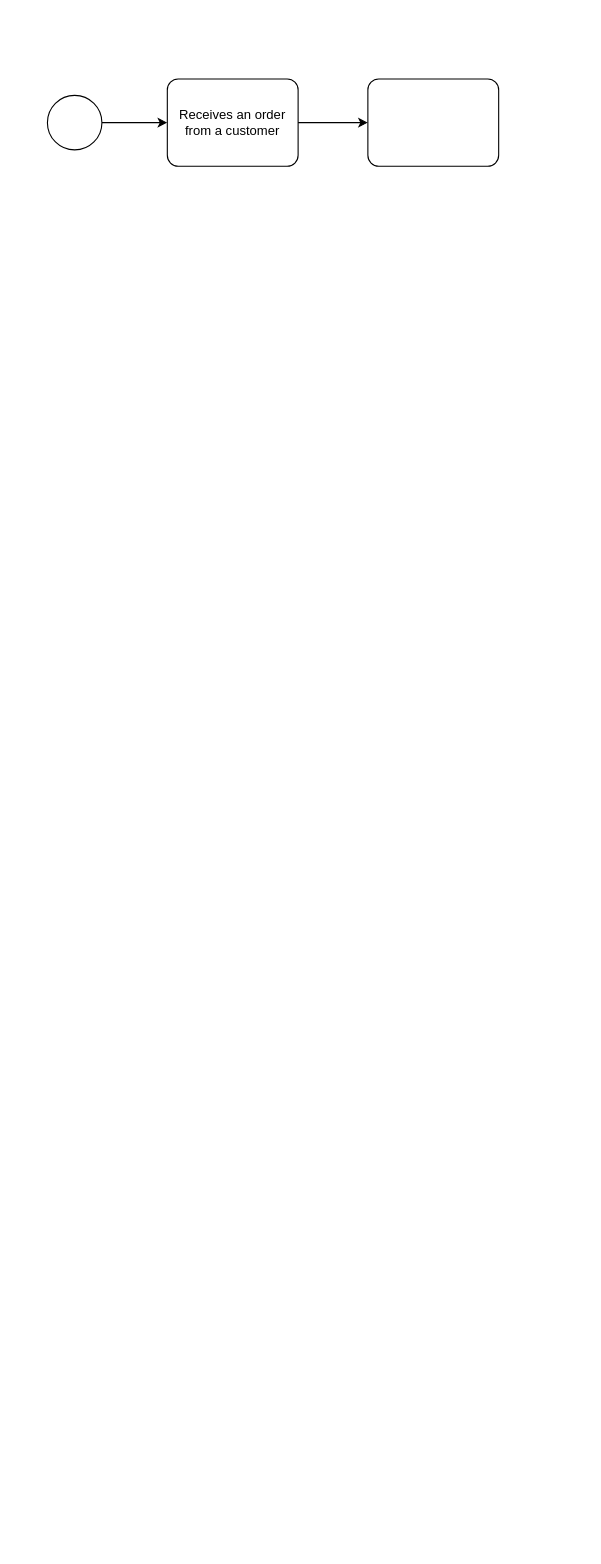
This is BPMNexe4.drawio from paasche0906/draw.io, a draw.io file, before an edit. Source tidied: cells renumbered, new cells numbered last; positions are measured from the earlier drawing's top-left corner, leaving out a move shared by most shapes. Both pictures are drawn from the tidied source at 109%, with x=0, y=0 at pixel (47, 78).
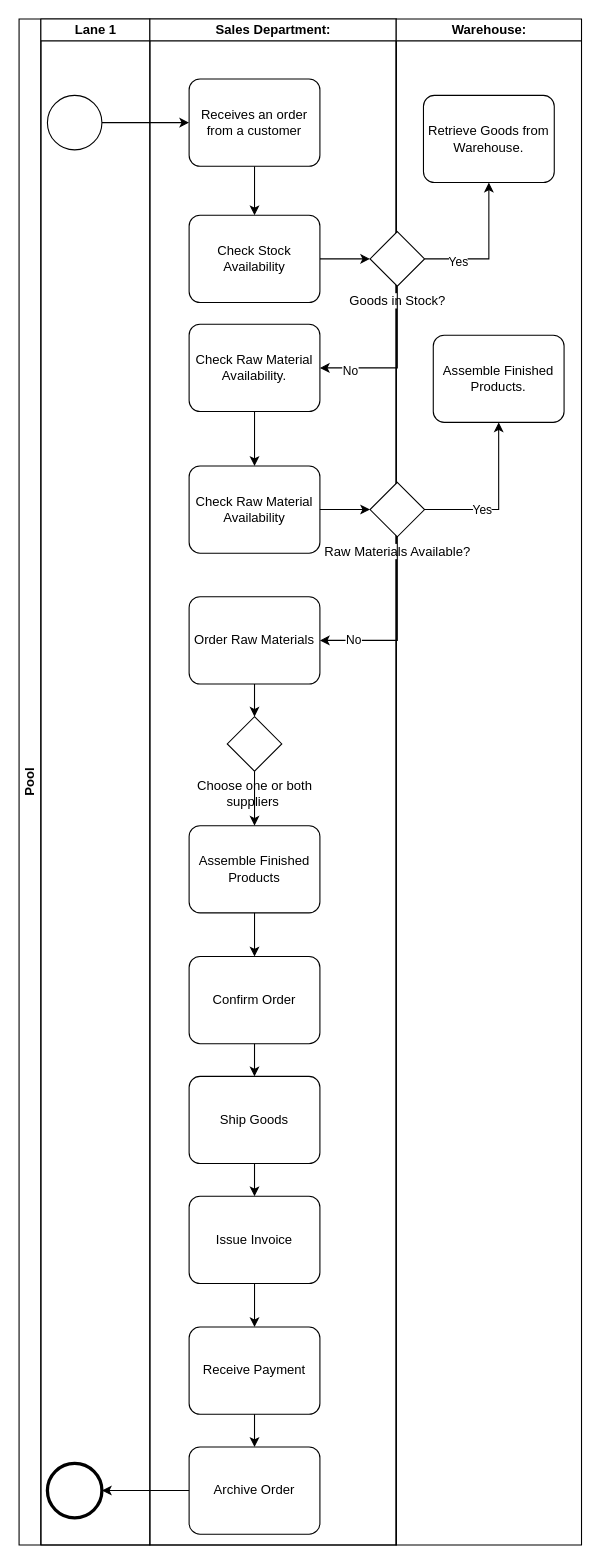
The same diagram, later.

The edit, as a diff of the source:
```diff
@@
+    <mxCell id="7" style="edgeStyle=orthogonalEdgeStyle;rounded=0;jettySize=auto;html=1;" parent="1" edge="1" source="5" target="32">
+      <mxGeometry relative="1" as="geometry" />
+    </mxCell>
+    <mxCell id="8" value="Pool" style="swimlane;html=1;startSize=20;horizontal=0;whiteSpace=wrap;" parent="1" vertex="1">
+      <mxGeometry x="-26" y="-55" width="346" height="1400" as="geometry" />
+    </mxCell>
+    <mxCell id="9" value="Lane 1" style="swimlane;html=1;startSize=20;" parent="8" vertex="1">
+      <mxGeometry x="20" width="100" height="1400" as="geometry" />
+    </mxCell>
+    <mxCell id="10" style="points=[[0.145,0.145,0],[0.5,0,0],[0.855,0.145,0],[1,0.5,0],[0.855,0.855,0],[0.5,1,0],[0.145,0.855,0],[0,0.5,0]];shape=mxgraph.bpmn.event;html=1;verticalLabelPosition=bottom;labelBackgroundColor=#ffffff;verticalAlign=top;align=center;perimeter=ellipsePerimeter;outlineConnect=0;outline=end;symbol=terminate2;" parent="9" vertex="1">
+      <mxGeometry x="6" y="1325" width="50" height="50" as="geometry" />
+    </mxCell>
+    <mxCell id="11" value="&lt;strong&gt;Sales Department&lt;/strong&gt;:" style="swimlane;html=1;startSize=20;" parent="8" vertex="1">
+      <mxGeometry x="120" width="226" height="1400" as="geometry" />
+    </mxCell>
+    <mxCell id="6" style="edgeStyle=orthogonalEdgeStyle;rounded=0;jettySize=auto;html=1;" parent="11" edge="1" source="4" target="5">
+      <mxGeometry relative="1" as="geometry" />
+    </mxCell>
-    <mxCell id="4" value="Receives an order from a customer" style="points=[[0.25,0,0],[0.5,0,0],[0.75,0,0],[1,0.25,0],[1,0.5,0],[1,0.75,0],[0.75,1,0],[0.5,1,0],[0.25,1,0],[0,0.75,0],[0,0.5,0],[0,0.25,0]];shape=mxgraph.bpmn.task;whiteSpace=wrap;rectStyle=rounded;size=10;html=1;taskMarker=abstract;" parent="1" vertex="1">
-      <mxGeometry x="110" width="120" height="80" as="geometry" />
+    <mxCell id="4" value="Receives an order from a customer" style="points=[[0.25,0,0],[0.5,0,0],[0.75,0,0],[1,0.25,0],[1,0.5,0],[1,0.75,0],[0.75,1,0],[0.5,1,0],[0.25,1,0],[0,0.75,0],[0,0.5,0],[0,0.25,0]];shape=mxgraph.bpmn.task;whiteSpace=wrap;rectStyle=rounded;size=10;html=1;taskMarker=abstract;" parent="11" vertex="1">
+      <mxGeometry x="36" y="55" width="120" height="80" as="geometry" />
     </mxCell>
-    <mxCell id="5" style="points=[[0.25,0,0],[0.5,0,0],[0.75,0,0],[1,0.25,0],[1,0.5,0],[1,0.75,0],[0.75,1,0],[0.5,1,0],[0.25,1,0],[0,0.75,0],[0,0.5,0],[0,0.25,0]];shape=mxgraph.bpmn.task;whiteSpace=wrap;rectStyle=rounded;size=10;html=1;taskMarker=abstract;" parent="1" vertex="1">
-      <mxGeometry x="294" width="120" height="80" as="geometry" />
+    <mxCell id="5" value="Check Stock Availability" style="points=[[0.25,0,0],[0.5,0,0],[0.75,0,0],[1,0.25,0],[1,0.5,0],[1,0.75,0],[0.75,1,0],[0.5,1,0],[0.25,1,0],[0,0.75,0],[0,0.5,0],[0,0.25,0]];shape=mxgraph.bpmn.task;whiteSpace=wrap;rectStyle=rounded;size=10;html=1;taskMarker=abstract;" parent="11" vertex="1">
+      <mxGeometry x="36" y="180" width="120" height="80" as="geometry" />
     </mxCell>
-    <mxCell id="6" style="edgeStyle=orthogonalEdgeStyle;rounded=0;jettySize=auto;html=1;entryX=0;entryY=0.5;entryDx=0;entryDy=0;entryPerimeter=0;" parent="1" edge="1" source="4" target="5">
-      <mxGeometry relative="1" as="geometry" />
-    </mxCell>
+    <mxCell id="12" value="Order Raw Materials" style="points=[[0.25,0,0],[0.5,0,0],[0.75,0,0],[1,0.25,0],[1,0.5,0],[1,0.75,0],[0.75,1,0],[0.5,1,0],[0.25,1,0],[0,0.75,0],[0,0.5,0],[0,0.25,0]];shape=mxgraph.bpmn.task;whiteSpace=wrap;rectStyle=rounded;size=10;html=1;taskMarker=abstract;" parent="11" vertex="1">
+      <mxGeometry x="36" y="530" width="120" height="80" as="geometry" />
+    </mxCell>
+    <mxCell id="13" style="edgeStyle=orthogonalEdgeStyle;rounded=0;jettySize=auto;html=1;" parent="11" edge="1" source="14" target="15">
+      <mxGeometry relative="1" as="geometry" />
+    </mxCell>
+    <mxCell id="14" value="Check Raw Material Availability." style="points=[[0.25,0,0],[0.5,0,0],[0.75,0,0],[1,0.25,0],[1,0.5,0],[1,0.75,0],[0.75,1,0],[0.5,1,0],[0.25,1,0],[0,0.75,0],[0,0.5,0],[0,0.25,0]];shape=mxgraph.bpmn.task;whiteSpace=wrap;rectStyle=rounded;size=10;html=1;taskMarker=abstract;" parent="11" vertex="1">
+      <mxGeometry x="36" y="280" width="120" height="80" as="geometry" />
+    </mxCell>
+    <mxCell id="15" value="Check Raw Material Availability" style="points=[[0.25,0,0],[0.5,0,0],[0.75,0,0],[1,0.25,0],[1,0.5,0],[1,0.75,0],[0.75,1,0],[0.5,1,0],[0.25,1,0],[0,0.75,0],[0,0.5,0],[0,0.25,0]];shape=mxgraph.bpmn.task;whiteSpace=wrap;rectStyle=rounded;size=10;html=1;taskMarker=abstract;" parent="11" vertex="1">
+      <mxGeometry x="36" y="410" width="120" height="80" as="geometry" />
+    </mxCell>
+    <mxCell id="16" value="Choose&amp;nbsp;one or both &lt;br/&gt;suppliers&amp;nbsp;" style="points=[[0.25,0.25,0],[0.5,0,0],[0.75,0.25,0],[1,0.5,0],[0.75,0.75,0],[0.5,1,0],[0.25,0.75,0],[0,0.5,0]];shape=mxgraph.bpmn.gateway2;html=1;verticalLabelPosition=bottom;labelBackgroundColor=#ffffff;verticalAlign=top;align=center;perimeter=rhombusPerimeter;outlineConnect=0;outline=none;symbol=none;" parent="11" vertex="1">
+      <mxGeometry x="71" y="640" width="50" height="50" as="geometry" />
+    </mxCell>
+    <mxCell id="17" style="edgeStyle=orthogonalEdgeStyle;rounded=0;jettySize=auto;html=1;" parent="11" edge="1" source="12" target="16">
+      <mxGeometry relative="1" as="geometry" />
+    </mxCell>
+    <mxCell id="18" value="Assemble Finished Products" style="points=[[0.25,0,0],[0.5,0,0],[0.75,0,0],[1,0.25,0],[1,0.5,0],[1,0.75,0],[0.75,1,0],[0.5,1,0],[0.25,1,0],[0,0.75,0],[0,0.5,0],[0,0.25,0]];shape=mxgraph.bpmn.task;whiteSpace=wrap;rectStyle=rounded;size=10;html=1;taskMarker=abstract;" parent="11" vertex="1">
+      <mxGeometry x="36" y="740" width="120" height="80" as="geometry" />
+    </mxCell>
+    <mxCell id="19" style="edgeStyle=orthogonalEdgeStyle;rounded=0;jettySize=auto;html=1;" parent="11" edge="1" source="16" target="18">
+      <mxGeometry relative="1" as="geometry" />
+    </mxCell>
+    <mxCell id="20" value="Confirm Order" style="points=[[0.25,0,0],[0.5,0,0],[0.75,0,0],[1,0.25,0],[1,0.5,0],[1,0.75,0],[0.75,1,0],[0.5,1,0],[0.25,1,0],[0,0.75,0],[0,0.5,0],[0,0.25,0]];shape=mxgraph.bpmn.task;whiteSpace=wrap;rectStyle=rounded;size=10;html=1;taskMarker=abstract;" parent="11" vertex="1">
+      <mxGeometry x="36" y="860" width="120" height="80" as="geometry" />
+    </mxCell>
+    <mxCell id="21" style="edgeStyle=orthogonalEdgeStyle;rounded=0;jettySize=auto;html=1;" parent="11" edge="1" source="18" target="20">
+      <mxGeometry relative="1" as="geometry" />
+    </mxCell>
+    <mxCell id="22" value="Ship Goods" style="points=[[0.25,0,0],[0.5,0,0],[0.75,0,0],[1,0.25,0],[1,0.5,0],[1,0.75,0],[0.75,1,0],[0.5,1,0],[0.25,1,0],[0,0.75,0],[0,0.5,0],[0,0.25,0]];shape=mxgraph.bpmn.task;whiteSpace=wrap;rectStyle=rounded;size=10;html=1;taskMarker=abstract;" parent="11" vertex="1">
+      <mxGeometry x="36" y="970" width="120" height="80" as="geometry" />
+    </mxCell>
+    <mxCell id="23" style="edgeStyle=orthogonalEdgeStyle;rounded=0;jettySize=auto;html=1;" parent="11" edge="1" source="20" target="22">
+      <mxGeometry relative="1" as="geometry" />
+    </mxCell>
+    <mxCell id="24" value="Issue Invoice" style="points=[[0.25,0,0],[0.5,0,0],[0.75,0,0],[1,0.25,0],[1,0.5,0],[1,0.75,0],[0.75,1,0],[0.5,1,0],[0.25,1,0],[0,0.75,0],[0,0.5,0],[0,0.25,0]];shape=mxgraph.bpmn.task;whiteSpace=wrap;rectStyle=rounded;size=10;html=1;taskMarker=abstract;" parent="11" vertex="1">
+      <mxGeometry x="36" y="1080" width="120" height="80" as="geometry" />
+    </mxCell>
+    <mxCell id="25" style="edgeStyle=orthogonalEdgeStyle;rounded=0;jettySize=auto;html=1;" parent="11" edge="1" source="22" target="24">
+      <mxGeometry relative="1" as="geometry" />
+    </mxCell>
+    <mxCell id="26" value="Receive Payment" style="points=[[0.25,0,0],[0.5,0,0],[0.75,0,0],[1,0.25,0],[1,0.5,0],[1,0.75,0],[0.75,1,0],[0.5,1,0],[0.25,1,0],[0,0.75,0],[0,0.5,0],[0,0.25,0]];shape=mxgraph.bpmn.task;whiteSpace=wrap;rectStyle=rounded;size=10;html=1;taskMarker=abstract;" parent="11" vertex="1">
+      <mxGeometry x="36" y="1200" width="120" height="80" as="geometry" />
+    </mxCell>
+    <mxCell id="27" style="edgeStyle=orthogonalEdgeStyle;rounded=0;jettySize=auto;html=1;" parent="11" edge="1" source="24" target="26">
+      <mxGeometry relative="1" as="geometry" />
+    </mxCell>
+    <mxCell id="28" value="Archive Order" style="points=[[0.25,0,0],[0.5,0,0],[0.75,0,0],[1,0.25,0],[1,0.5,0],[1,0.75,0],[0.75,1,0],[0.5,1,0],[0.25,1,0],[0,0.75,0],[0,0.5,0],[0,0.25,0]];shape=mxgraph.bpmn.task;whiteSpace=wrap;rectStyle=rounded;size=10;html=1;taskMarker=abstract;" parent="11" vertex="1">
+      <mxGeometry x="36" y="1310" width="120" height="80" as="geometry" />
+    </mxCell>
+    <mxCell id="29" style="edgeStyle=orthogonalEdgeStyle;rounded=0;jettySize=auto;html=1;" parent="11" edge="1" source="26" target="28">
+      <mxGeometry relative="1" as="geometry" />
+    </mxCell>
+    <mxCell id="30" style="edgeStyle=orthogonalEdgeStyle;rounded=0;jettySize=auto;html=1;" parent="8" edge="1" source="28" target="10">
+      <mxGeometry relative="1" as="geometry" />
+    </mxCell>
+    <mxCell id="31" value="&lt;strong&gt;Warehouse&lt;/strong&gt;:" style="swimlane;html=1;startSize=20;" parent="1" vertex="1">
+      <mxGeometry x="320" y="-55" width="170" height="1400" as="geometry" />
+    </mxCell>
+    <mxCell id="32" value="Goods in Stock?" style="points=[[0.25,0.25,0],[0.5,0,0],[0.75,0.25,0],[1,0.5,0],[0.75,0.75,0],[0.5,1,0],[0.25,0.75,0],[0,0.5,0]];shape=mxgraph.bpmn.gateway2;html=1;verticalLabelPosition=bottom;labelBackgroundColor=#ffffff;verticalAlign=top;align=center;perimeter=rhombusPerimeter;outlineConnect=0;outline=none;symbol=none;" parent="31" vertex="1">
+      <mxGeometry x="-24" y="195" width="50" height="50" as="geometry" />
+    </mxCell>
+    <mxCell id="33" value="Assemble Finished Products." style="points=[[0.25,0,0],[0.5,0,0],[0.75,0,0],[1,0.25,0],[1,0.5,0],[1,0.75,0],[0.75,1,0],[0.5,1,0],[0.25,1,0],[0,0.75,0],[0,0.5,0],[0,0.25,0]];shape=mxgraph.bpmn.task;whiteSpace=wrap;rectStyle=rounded;size=10;html=1;taskMarker=abstract;" parent="31" vertex="1">
+      <mxGeometry x="34" y="290" width="120" height="80" as="geometry" />
+    </mxCell>
+    <mxCell id="34" value="Retrieve Goods from Warehouse." style="points=[[0.25,0,0],[0.5,0,0],[0.75,0,0],[1,0.25,0],[1,0.5,0],[1,0.75,0],[0.75,1,0],[0.5,1,0],[0.25,1,0],[0,0.75,0],[0,0.5,0],[0,0.25,0]];shape=mxgraph.bpmn.task;whiteSpace=wrap;rectStyle=rounded;size=10;html=1;taskMarker=abstract;" parent="31" vertex="1">
+      <mxGeometry x="25" y="70" width="120" height="80" as="geometry" />
+    </mxCell>
+    <mxCell id="35" style="edgeStyle=orthogonalEdgeStyle;rounded=0;jettySize=auto;html=1;entryX=0.5;entryY=1;entryDx=0;entryDy=0;entryPerimeter=0;" parent="31" edge="1" source="32" target="34">
+      <mxGeometry relative="1" as="geometry">
+        <Array as="points">
+          <mxPoint x="85" y="220" />
+        </Array>
+      </mxGeometry>
+    </mxCell>
+    <mxCell id="36" value="Yes" style="edgeLabel;html=1;align=center;verticalAlign=middle;" parent="35" vertex="1">
+      <mxGeometry x="-0.54" y="-2" relative="1" as="geometry" />
+    </mxCell>
+    <mxCell id="37" value="Raw Materials Available?" style="points=[[0.25,0.25,0],[0.5,0,0],[0.75,0.25,0],[1,0.5,0],[0.75,0.75,0],[0.5,1,0],[0.25,0.75,0],[0,0.5,0]];shape=mxgraph.bpmn.gateway2;html=1;verticalLabelPosition=bottom;labelBackgroundColor=#ffffff;verticalAlign=top;align=center;perimeter=rhombusPerimeter;outlineConnect=0;outline=none;symbol=none;" parent="31" vertex="1">
+      <mxGeometry x="-24" y="425" width="50" height="50" as="geometry" />
+    </mxCell>
+    <mxCell id="38" style="edgeStyle=orthogonalEdgeStyle;rounded=0;jettySize=auto;html=1;entryX=0.5;entryY=1;entryDx=0;entryDy=0;entryPerimeter=0;" parent="31" edge="1" source="37" target="33">
+      <mxGeometry relative="1" as="geometry" />
+    </mxCell>
+    <mxCell id="39" value="Yes" style="edgeLabel;html=1;align=center;verticalAlign=middle;" parent="38" vertex="1">
+      <mxGeometry x="-0.3" relative="1" as="geometry" />
+    </mxCell>
+    <mxCell id="40" style="edgeStyle=orthogonalEdgeStyle;rounded=0;jettySize=auto;html=1;" parent="1" edge="1" source="32" target="14">
+      <mxGeometry relative="1" as="geometry">
+        <Array as="points">
+          <mxPoint x="321" y="265" />
+        </Array>
+      </mxGeometry>
+    </mxCell>
+    <mxCell id="41" value="No" style="edgeLabel;html=1;align=center;verticalAlign=middle;" parent="40" vertex="1">
+      <mxGeometry x="0.61" y="2" relative="1" as="geometry">
+        <mxPoint x="-1" as="offset" />
+      </mxGeometry>
+    </mxCell>
+    <mxCell id="42" style="edgeStyle=orthogonalEdgeStyle;rounded=0;jettySize=auto;html=1;" parent="1" edge="1" source="15" target="37">
+      <mxGeometry relative="1" as="geometry" />
+    </mxCell>
+    <mxCell id="43" style="edgeStyle=orthogonalEdgeStyle;rounded=0;jettySize=auto;html=1;" parent="1" edge="1" source="37" target="12">
+      <mxGeometry relative="1" as="geometry">
+        <Array as="points">
+          <mxPoint x="321" y="515" />
+        </Array>
+      </mxGeometry>
+    </mxCell>
+    <mxCell id="44" value="No" style="edgeLabel;html=1;align=center;verticalAlign=middle;" parent="43" vertex="1">
+      <mxGeometry x="0.64" y="-1" relative="1" as="geometry" />
+    </mxCell>
```
